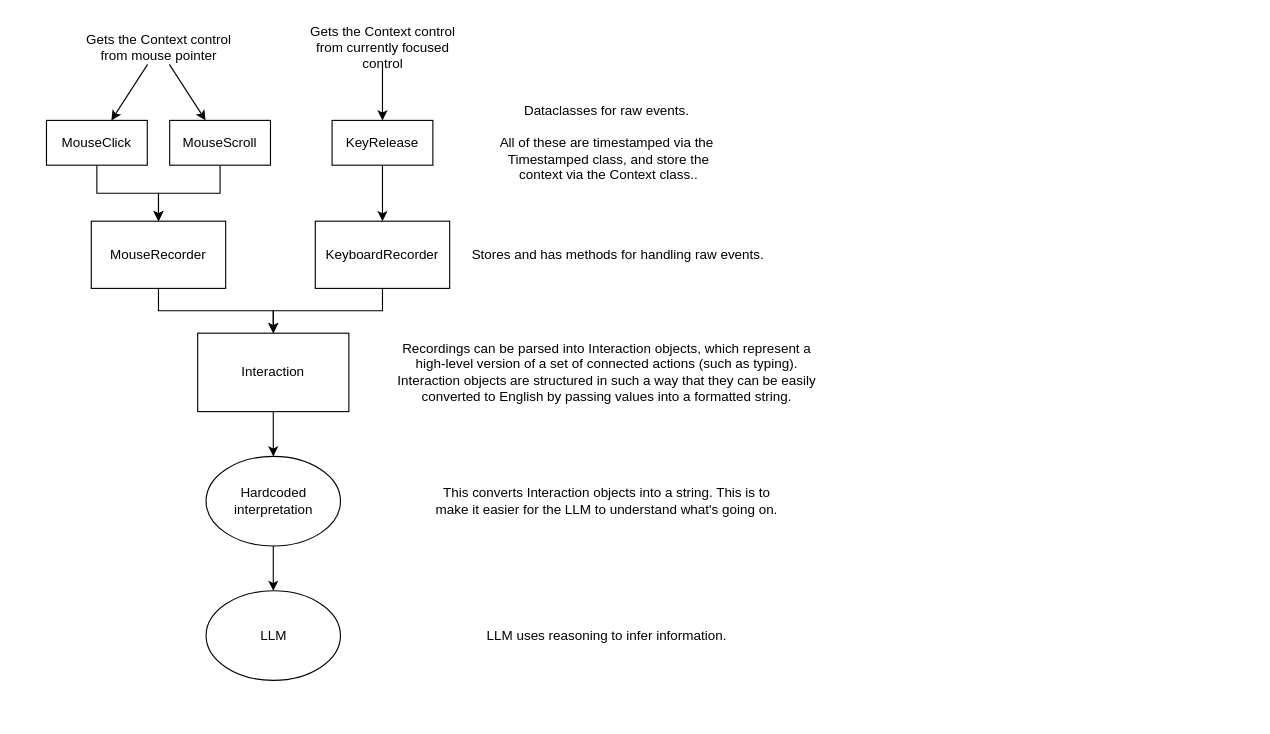
This is Diagram plan.drawio from SimonsBrother/ScreenWisdom, a draw.io file, before an edit. Source tidied: cells renumbered, new cells numbered last; positions are measured from the earlier drawing's top-left corner, leaving out a move shared by most shapes. Both pictures are drawn from the tidied source at 112%, with x=0, y=0 at pixel (46, 30).
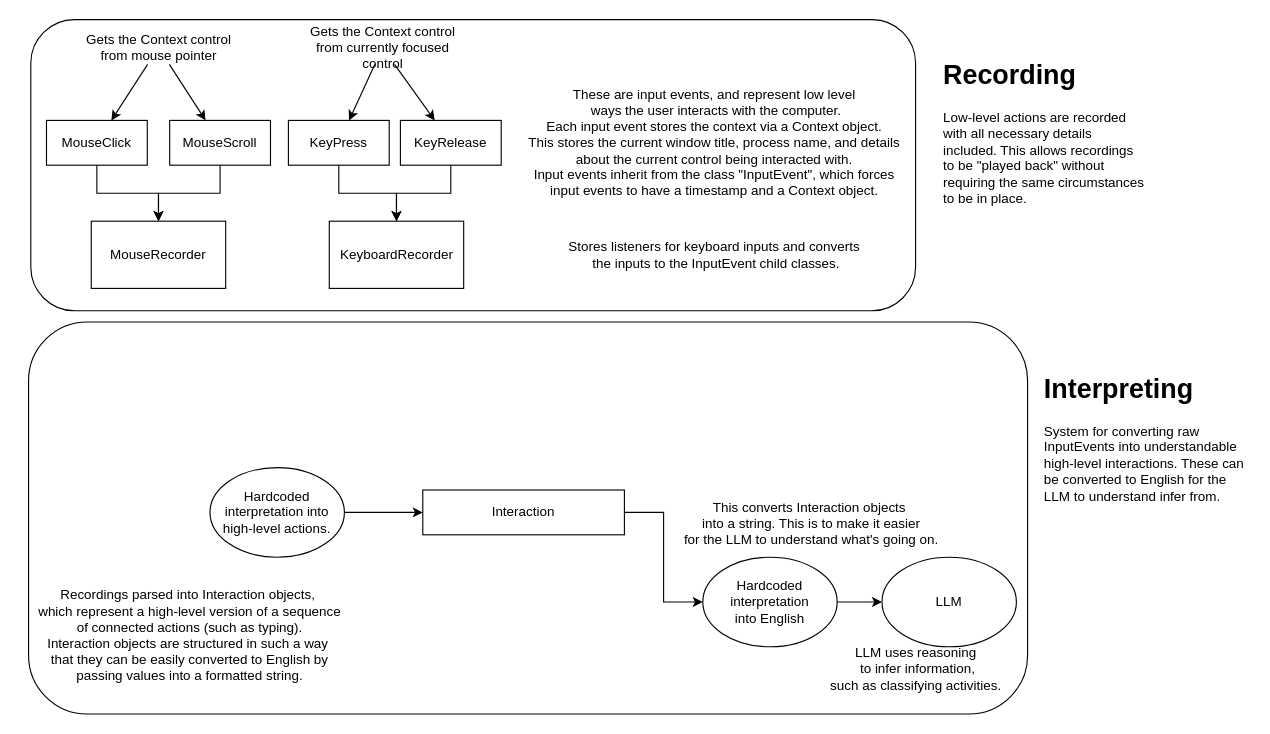
The same page after the edit.

The change refers to these unchanged cells:
```xml
<mxCell id="3" value="MouseRecorder" style="rounded=0;whiteSpace=wrap;html=1;" parent="1" vertex="1">
  <mxGeometry x="40" y="170" width="120" height="60" as="geometry" />
</mxCell>
<mxCell id="22" value="Gets the Context control from currently focused control" style="text;html=1;strokeColor=none;fillColor=none;align=center;verticalAlign=middle;whiteSpace=wrap;rounded=0;" parent="1" vertex="1">
  <mxGeometry x="227.5" width="145" height="30" as="geometry" />
</mxCell>
```

Change to the diagram source:
```diff
@@
-    <mxCell id="2" style="edgeStyle=orthogonalEdgeStyle;rounded=0;jettySize=auto;html=1;" parent="1" edge="1" source="3" target="13">
-      <mxGeometry relative="1" as="geometry" />
-    </mxCell>
+    <mxCell id="27" style="rounded=1;whiteSpace=wrap;html=1;fillColor=none;" parent="1" vertex="1">
+      <mxGeometry x="-16" y="260" width="892" height="350" as="geometry" />
+    </mxCell>
@@
-    <mxCell id="4" style="edgeStyle=orthogonalEdgeStyle;rounded=0;jettySize=auto;html=1;" parent="1" edge="1" source="5" target="13">
-      <mxGeometry relative="1" as="geometry" />
-    </mxCell>
     <mxCell id="5" value="KeyboardRecorder" style="rounded=0;whiteSpace=wrap;html=1;" parent="1" vertex="1">
-      <mxGeometry x="240" y="170" width="120" height="60" as="geometry" />
+      <mxGeometry x="252.5" y="170" width="120" height="60" as="geometry" />
     </mxCell>
@@
     <mxCell id="11" value="KeyRelease" style="rounded=0;whiteSpace=wrap;html=1;" parent="1" vertex="1">
-      <mxGeometry x="255" y="80" width="90" height="40" as="geometry" />
+      <mxGeometry x="316" y="80" width="90" height="40" as="geometry" />
     </mxCell>
-    <mxCell id="12" style="edgeStyle=orthogonalEdgeStyle;rounded=0;jettySize=auto;html=1;" parent="1" edge="1" source="13" target="24">
-      <mxGeometry relative="1" as="geometry" />
-    </mxCell>
-    <mxCell id="13" value="Interaction" style="rounded=0;whiteSpace=wrap;html=1;" parent="1" vertex="1">
-      <mxGeometry x="135" y="270" width="135" height="70" as="geometry" />
-    </mxCell>
-    <mxCell id="14" value="Stores and has methods for handling raw events." style="text;html=1;align=center;verticalAlign=middle;strokeColor=none;fillColor=none;" parent="1" vertex="1">
-      <mxGeometry x="370" y="185" width="280" height="30" as="geometry" />
+    <mxCell id="14" value="Stores listeners for keyboard inputs and converts&lt;br&gt;&amp;nbsp;the inputs to the InputEvent child classes." style="text;html=1;align=center;verticalAlign=middle;strokeColor=none;fillColor=none;" parent="1" vertex="1">
+      <mxGeometry x="456" y="180" width="280" height="40" as="geometry" />
     </mxCell>
-    <mxCell id="15" value="Dataclasses for raw events.&lt;br&gt;&lt;br&gt;All of these are timestamped via the&lt;br&gt;&amp;nbsp;Timestamped class, and store the&lt;br&gt;&amp;nbsp;context via the Context class.." style="text;html=1;align=center;verticalAlign=middle;strokeColor=none;fillColor=none;" parent="1" vertex="1">
-      <mxGeometry x="395" y="55" width="210" height="90" as="geometry" />
+    <mxCell id="15" value="These are input events, and represent low level&lt;br&gt;&amp;nbsp;ways the user interacts with the computer.&lt;br&gt;Each input event stores the context via a Context object.&lt;br&gt;This stores the current window title, process name, and details&lt;br&gt;about the current control being interacted with.&lt;br&gt;Input events inherit from the class &quot;InputEvent&quot;, which forces&lt;br&gt;input events to have a timestamp and a Context object." style="text;html=1;align=center;verticalAlign=middle;strokeColor=none;fillColor=none;" parent="1" vertex="1">
+      <mxGeometry x="416" y="45" width="360" height="110" as="geometry" />
     </mxCell>
-    <mxCell id="16" value="Recordings can be parsed into Interaction objects, which represent a &lt;br&gt;high-level version of a set of connected actions (such as typing).&lt;br&gt;Interaction objects are structured in such a way that they can be easily&lt;br&gt;converted to English by passing values into a formatted string." style="text;html=1;align=center;verticalAlign=middle;strokeColor=none;fillColor=none;" parent="1" vertex="1">
-      <mxGeometry x="300" y="270" width="400" height="70" as="geometry" />
+    <mxCell id="16" value="Recordings parsed into Interaction objects,&lt;br&gt;&amp;nbsp;which represent a high-level version of a sequence&lt;br&gt;&amp;nbsp;of connected actions (such as typing).&lt;br&gt;Interaction objects are structured in such a way&lt;br&gt;&amp;nbsp;that they can be easily converted to English by&lt;br&gt;&amp;nbsp;passing values into a formatted string." style="text;html=1;align=center;verticalAlign=middle;strokeColor=none;fillColor=none;" parent="1" vertex="1">
+      <mxGeometry x="-24" y="490" width="300" height="100" as="geometry" />
     </mxCell>
     <mxCell id="17" value="LLM" style="ellipse;whiteSpace=wrap;html=1;" parent="1" vertex="1">
-      <mxGeometry x="142.5" y="500" width="120" height="80" as="geometry" />
+      <mxGeometry x="746" y="470" width="120" height="80" as="geometry" />
     </mxCell>
@@
-    <mxCell id="21" style="edgeStyle=orthogonalEdgeStyle;rounded=0;jettySize=auto;html=1;" parent="1" edge="1" source="22" target="11">
+    <mxCell id="21" style="rounded=0;jettySize=auto;html=1;" parent="1" edge="1" source="22" target="11">
       <mxGeometry relative="1" as="geometry" />
     </mxCell>
+    <mxCell id="28" style="rounded=0;jettySize=auto;html=1;" parent="1" edge="1" source="22" target="31">
+      <mxGeometry relative="1" as="geometry" />
+    </mxCell>
@@
-    <mxCell id="23" style="edgeStyle=orthogonalEdgeStyle;rounded=0;jettySize=auto;html=1;" parent="1" edge="1" source="24" target="17">
-      <mxGeometry relative="1" as="geometry" />
-    </mxCell>
+    <mxCell id="29" style="edgeStyle=elbowEdgeStyle;rounded=0;jettySize=auto;html=1;" parent="1" edge="1" source="24" target="13">
+      <mxGeometry relative="1" as="geometry" />
+    </mxCell>
-    <mxCell id="24" value="Hardcoded interpretation" style="ellipse;whiteSpace=wrap;html=1;" parent="1" vertex="1">
-      <mxGeometry x="142.5" y="380" width="120" height="80" as="geometry" />
+    <mxCell id="24" value="Hardcoded interpretation into&lt;br&gt;high-level actions." style="ellipse;whiteSpace=wrap;html=1;" parent="1" vertex="1">
+      <mxGeometry x="146" y="390" width="120" height="80" as="geometry" />
     </mxCell>
-    <mxCell id="25" value="This converts Interaction objects into a string. This is to &lt;br&gt;make it easier for the LLM to understand what's going on." style="text;html=1;align=center;verticalAlign=middle;strokeColor=none;fillColor=none;" parent="1" vertex="1">
-      <mxGeometry x="335" y="400" width="330" height="40" as="geometry" />
+    <mxCell id="25" value="This converts Interaction objects&lt;br&gt;&amp;nbsp;into a string. This is to make it easier&lt;br&gt;&amp;nbsp;for the LLM&amp;nbsp;to understand what's going on." style="text;html=1;align=center;verticalAlign=middle;strokeColor=none;fillColor=none;" parent="1" vertex="1">
+      <mxGeometry x="556" y="410" width="250" height="60" as="geometry" />
     </mxCell>
-    <mxCell id="26" value="LLM uses reasoning to infer information." style="text;html=1;align=center;verticalAlign=middle;strokeColor=none;fillColor=none;" parent="1" vertex="1">
-      <mxGeometry x="380" y="525" width="240" height="30" as="geometry" />
+    <mxCell id="26" value="LLM uses reasoning&lt;br&gt;&amp;nbsp;to infer information,&lt;br&gt;such as classifying activities." style="text;html=1;align=center;verticalAlign=middle;strokeColor=none;fillColor=none;" parent="1" vertex="1">
+      <mxGeometry x="686" y="540" width="180" height="60" as="geometry" />
     </mxCell>
+    <mxCell id="30" style="edgeStyle=orthogonalEdgeStyle;rounded=0;jettySize=auto;html=1;" parent="1" edge="1" source="31" target="5">
+      <mxGeometry relative="1" as="geometry" />
+    </mxCell>
+    <mxCell id="31" value="KeyPress" style="rounded=0;whiteSpace=wrap;html=1;" parent="1" vertex="1">
+      <mxGeometry x="216" y="80" width="90" height="40" as="geometry" />
+    </mxCell>
+    <mxCell id="32" style="edgeStyle=elbowEdgeStyle;rounded=0;jettySize=auto;html=1;" parent="1" edge="1" source="13" target="34">
+      <mxGeometry relative="1" as="geometry" />
+    </mxCell>
+    <mxCell id="13" value="Interaction" style="rounded=0;whiteSpace=wrap;html=1;" parent="1" vertex="1">
+      <mxGeometry x="336" y="410" width="180" height="40" as="geometry" />
+    </mxCell>
+    <mxCell id="33" style="edgeStyle=elbowEdgeStyle;rounded=0;jettySize=auto;html=1;" parent="1" edge="1" source="34" target="17">
+      <mxGeometry relative="1" as="geometry" />
+    </mxCell>
+    <mxCell id="34" value="Hardcoded interpretation&lt;br&gt;into English" style="ellipse;whiteSpace=wrap;html=1;" parent="1" vertex="1">
+      <mxGeometry x="586" y="470" width="120" height="80" as="geometry" />
+    </mxCell>
+    <mxCell id="35" style="rounded=1;whiteSpace=wrap;html=1;fillColor=none;" parent="1" vertex="1">
+      <mxGeometry x="-14" y="-10" width="790" height="260" as="geometry" />
+    </mxCell>
+    <mxCell id="36" value="&lt;h1&gt;Recording&lt;/h1&gt;&lt;p&gt;Low-level actions are recorded with all necessary details included. This allows recordings to be &quot;played back&quot; without requiring the same circumstances to be in place.&lt;/p&gt;" style="text;html=1;strokeColor=none;fillColor=none;spacing=5;spacingTop=-20;whiteSpace=wrap;overflow=hidden;rounded=0;" parent="1" vertex="1">
+      <mxGeometry x="796" y="20" width="190" height="140" as="geometry" />
+    </mxCell>
+    <mxCell id="37" value="&lt;h1&gt;Interpreting&lt;/h1&gt;&lt;p&gt;System for converting raw InputEvents into understandable high-level interactions. These can be converted to English for the LLM to understand infer from.&lt;/p&gt;" style="text;html=1;strokeColor=none;fillColor=none;spacing=5;spacingTop=-20;whiteSpace=wrap;overflow=hidden;rounded=0;" parent="1" vertex="1">
+      <mxGeometry x="886" y="300" width="190" height="140" as="geometry" />
+    </mxCell>
```
